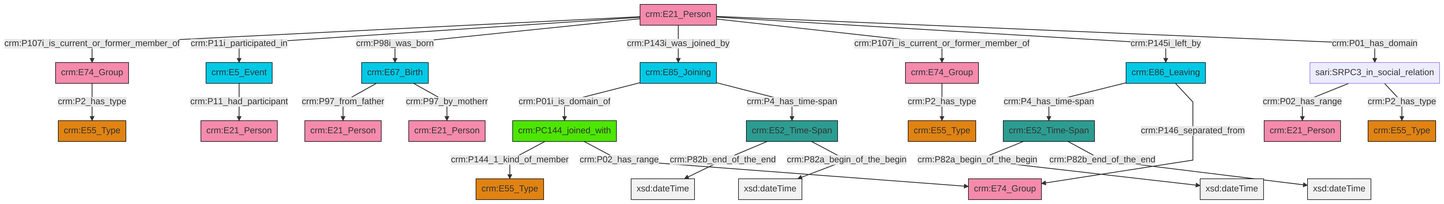
This is et/personCSV/ttl/mmd/png/Person_Actor_Relations.png from swiss-art-research-net/docs.swissartresearch, a Mermaid export, as it was before one commit. Its source is kept beside it as et/personCSV/ttl/mmd/Person_Actor_Relations.ttl.mmd.
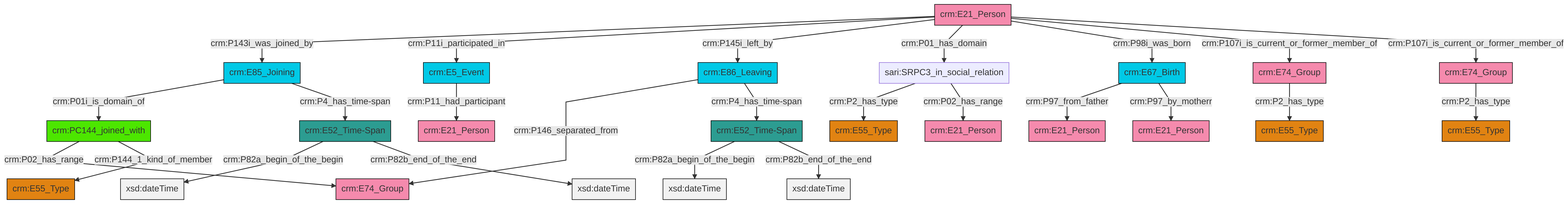
Later version of the same file.

The edit, as a diff of the source:
```diff
@@ -13,27 +13,27 @@
 classDef PC_Classes fill:#4ce600, stroke:#000000;
 classDef Multi fill:#cccccc,stroke:#000000;
 
-0["crm:E21_Person"]:::Actor -->|crm:P107i_is_current_or_former_member_of| 1["crm:E74_Group"]:::Actor
-1["crm:E74_Group"]:::Actor -->|crm:P2_has_type| 4["crm:E55_Type"]:::Type
-12["crm:E67_Birth"]:::Temporal_Entity -->|crm:P97_from_father| 13["crm:E21_Person"]:::Actor
-14["crm:E52_Time-Span"]:::Time-Span -->|crm:P82b_end_of_the_end| 15[xsd:dateTime]:::Literal
-17["crm:E86_Leaving"]:::Temporal_Entity -->|crm:P4_has_time-span| 18["crm:E52_Time-Span"]:::Time-Span
-14["crm:E52_Time-Span"]:::Time-Span -->|crm:P82a_begin_of_the_begin| 19[xsd:dateTime]:::Literal
-0["crm:E21_Person"]:::Actor -->|crm:P11i_participated_in| 22["crm:E5_Event"]:::Temporal_Entity
-18["crm:E52_Time-Span"]:::Time-Span -->|crm:P82a_begin_of_the_begin| 23[xsd:dateTime]:::Literal
-0["crm:E21_Person"]:::Actor -->|crm:P98i_was_born| 12["crm:E67_Birth"]:::Temporal_Entity
-24["crm:PC144_joined_with"]:::PC_Classes -->|crm:P144_1_kind_of_member| 2["crm:E55_Type"]:::Type
-22["crm:E5_Event"]:::Temporal_Entity -->|crm:P11_had_participant| 25["crm:E21_Person"]:::Actor
-18["crm:E52_Time-Span"]:::Time-Span -->|crm:P82b_end_of_the_end| 28[xsd:dateTime]:::Literal
-29["crm:E74_Group"]:::Actor -->|crm:P2_has_type| 30["crm:E55_Type"]:::Type
-0["crm:E21_Person"]:::Actor -->|crm:P143i_was_joined_by| 20["crm:E85_Joining"]:::Temporal_Entity
-9["sari:SRPC3_in_social_relation"]:::Default -->|crm:P02_has_range| 7["crm:E21_Person"]:::Actor
-24["crm:PC144_joined_with"]:::PC_Classes -->|crm:P02_has_range| 5["crm:E74_Group"]:::Actor
-20["crm:E85_Joining"]:::Temporal_Entity -->|crm:P01i_is_domain_of| 24["crm:PC144_joined_with"]:::PC_Classes
-9["sari:SRPC3_in_social_relation"]:::Default -->|crm:P2_has_type| 31["crm:E55_Type"]:::Type
-17["crm:E86_Leaving"]:::Temporal_Entity -->|crm:P146_separated_from| 5["crm:E74_Group"]:::Actor
-0["crm:E21_Person"]:::Actor -->|crm:P107i_is_current_or_former_member_of| 29["crm:E74_Group"]:::Actor
-20["crm:E85_Joining"]:::Temporal_Entity -->|crm:P4_has_time-span| 14["crm:E52_Time-Span"]:::Time-Span
-12["crm:E67_Birth"]:::Temporal_Entity -->|crm:P97_by_motherr| 38["crm:E21_Person"]:::Actor
-0["crm:E21_Person"]:::Actor -->|crm:P145i_left_by| 17["crm:E86_Leaving"]:::Temporal_Entity
-0["crm:E21_Person"]:::Actor -->|crm:P01_has_domain| 9["sari:SRPC3_in_social_relation"]:::Default
+0["crm:E21_Person"]:::Actor -->|crm:P143i_was_joined_by| 1["crm:E85_Joining"]:::Temporal_Entity
+0["crm:E21_Person"]:::Actor -->|crm:P11i_participated_in| 2["crm:E5_Event"]:::Temporal_Entity
+5["crm:E67_Birth"]:::Temporal_Entity -->|crm:P97_from_father| 6["crm:E21_Person"]:::Actor
+5["crm:E67_Birth"]:::Temporal_Entity -->|crm:P97_by_motherr| 14["crm:E21_Person"]:::Actor
+17["crm:E52_Time-Span"]:::Time-Span -->|crm:P82a_begin_of_the_begin| 18[xsd:dateTime]:::Literal
+0["crm:E21_Person"]:::Actor -->|crm:P145i_left_by| 20["crm:E86_Leaving"]:::Temporal_Entity
+21["crm:E52_Time-Span"]:::Time-Span -->|crm:P82a_begin_of_the_begin| 22[xsd:dateTime]:::Literal
+24["crm:PC144_joined_with"]:::PC_Classes -->|crm:P02_has_range| 25["crm:E74_Group"]:::Actor
+1["crm:E85_Joining"]:::Temporal_Entity -->|crm:P01i_is_domain_of| 24["crm:PC144_joined_with"]:::PC_Classes
+1["crm:E85_Joining"]:::Temporal_Entity -->|crm:P4_has_time-span| 17["crm:E52_Time-Span"]:::Time-Span
+0["crm:E21_Person"]:::Actor -->|crm:P01_has_domain| 11["sari:SRPC3_in_social_relation"]:::Default
+20["crm:E86_Leaving"]:::Temporal_Entity -->|crm:P146_separated_from| 25["crm:E74_Group"]:::Actor
+11["sari:SRPC3_in_social_relation"]:::Default -->|crm:P2_has_type| 29["crm:E55_Type"]:::Type
+2["crm:E5_Event"]:::Temporal_Entity -->|crm:P11_had_participant| 27["crm:E21_Person"]:::Actor
+32["crm:E74_Group"]:::Actor -->|crm:P2_has_type| 7["crm:E55_Type"]:::Type
+20["crm:E86_Leaving"]:::Temporal_Entity -->|crm:P4_has_time-span| 21["crm:E52_Time-Span"]:::Time-Span
+0["crm:E21_Person"]:::Actor -->|crm:P98i_was_born| 5["crm:E67_Birth"]:::Temporal_Entity
+0["crm:E21_Person"]:::Actor -->|crm:P107i_is_current_or_former_member_of| 36["crm:E74_Group"]:::Actor
+11["sari:SRPC3_in_social_relation"]:::Default -->|crm:P02_has_range| 34["crm:E21_Person"]:::Actor
+24["crm:PC144_joined_with"]:::PC_Classes -->|crm:P144_1_kind_of_member| 9["crm:E55_Type"]:::Type
+17["crm:E52_Time-Span"]:::Time-Span -->|crm:P82b_end_of_the_end| 39[xsd:dateTime]:::Literal
+21["crm:E52_Time-Span"]:::Time-Span -->|crm:P82b_end_of_the_end| 41[xsd:dateTime]:::Literal
+0["crm:E21_Person"]:::Actor -->|crm:P107i_is_current_or_former_member_of| 32["crm:E74_Group"]:::Actor
+36["crm:E74_Group"]:::Actor -->|crm:P2_has_type| 3["crm:E55_Type"]:::Type
```
